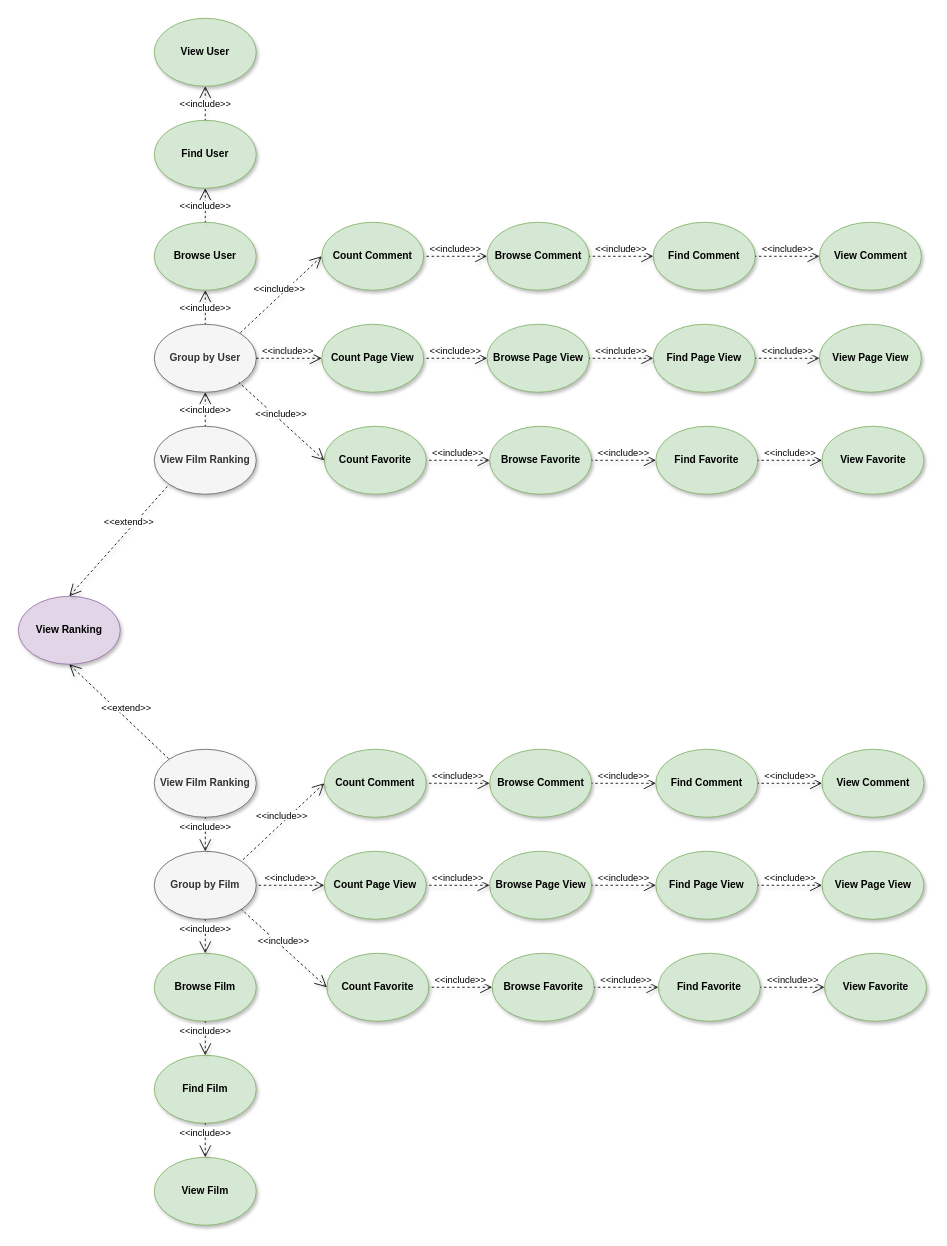
The draw.io diagram Task2/Documentation/Diagrams/Use Case - RankingConCount.drawio in unipi-fr/LargeScaleMultiStructureDatabases, before the edit. Source tidied: cells renumbered, new cells numbered last; positions are measured from the earlier drawing's top-left corner, leaving out a move shared by most shapes. Both pictures are drawn from the tidied source at 85%, with x=0, y=0 at pixel (18, 18).
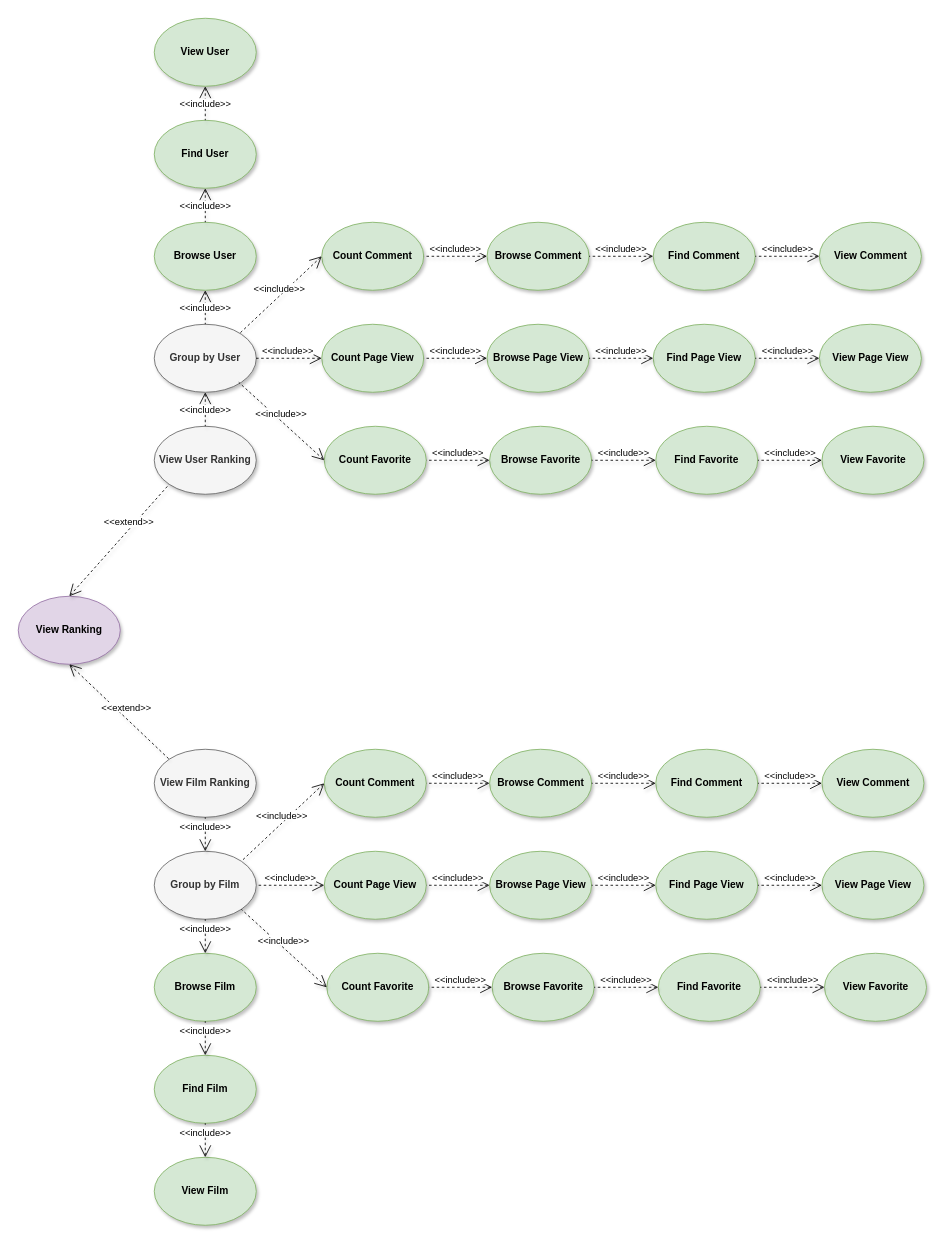
Above is the later version.

What changed in the source:
```diff
@@
-    <mxCell id="45" value="View Film Ranking" style="ellipse;whiteSpace=wrap;html=1;fontStyle=1;fillColor=#f5f5f5;strokeColor=#666666;shadow=1;fontColor=#333333;" parent="1" vertex="1">
+    <mxCell id="45" value="View User Ranking" style="ellipse;whiteSpace=wrap;html=1;fontStyle=1;fillColor=#f5f5f5;strokeColor=#666666;shadow=1;fontColor=#333333;" parent="1" vertex="1">
       <mxGeometry x="160" y="480" width="120" height="80" as="geometry" />
     </mxCell>
```
